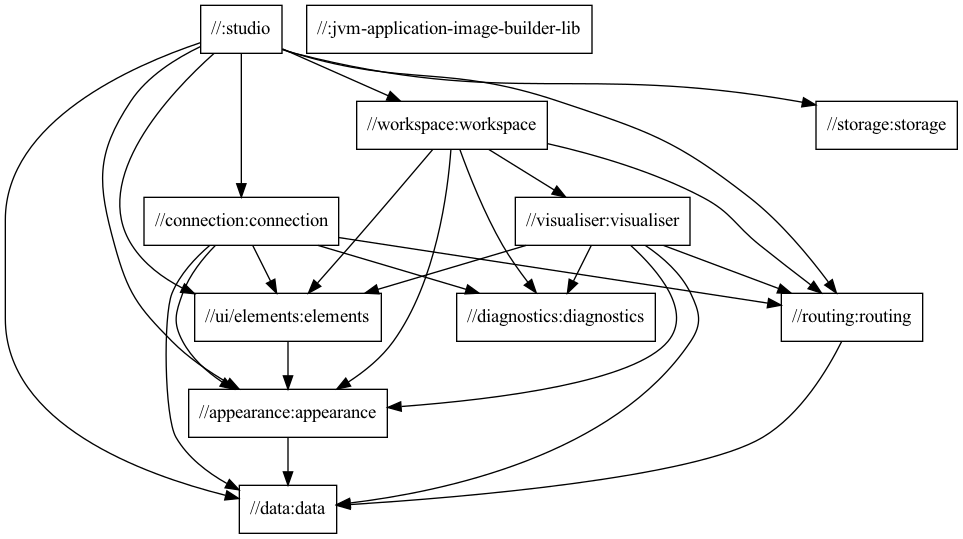
typedb/typedb-studio keeps this Graphviz diagram as docs/package-structure.png. Above is the earlier version. Its source is kept beside it as docs/package-structure.dot.
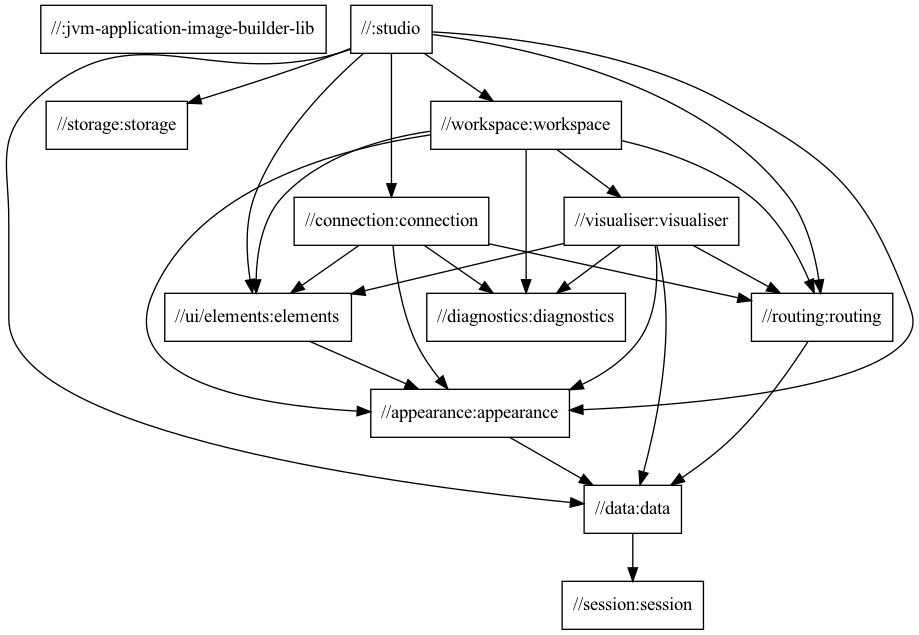
The same file after the commit.

Commit message:
Split out //session out of //data

The edit, as a diff of the source:
```diff
@@ -1,16 +1,16 @@
 digraph mygraph {
   node [shape=box];
+  "//:jvm-application-image-builder-lib"
   "//:studio"
   "//:studio" -> "//appearance:appearance"
-  "//:studio" -> "//workspace:workspace"
+  "//:studio" -> "//storage:storage"
   "//:studio" -> "//connection:connection"
   "//:studio" -> "//data:data"
-  "//:studio" -> "//storage:storage"
+  "//:studio" -> "//ui/elements:elements"
   "//:studio" -> "//routing:routing"
-  "//:studio" -> "//ui/elements:elements"
+  "//:studio" -> "//workspace:workspace"
   "//connection:connection"
   "//connection:connection" -> "//appearance:appearance"
-  "//connection:connection" -> "//data:data"
   "//connection:connection" -> "//diagnostics:diagnostics"
   "//connection:connection" -> "//routing:routing"
   "//connection:connection" -> "//ui/elements:elements"
@@ -32,8 +32,9 @@
   "//routing:routing"
   "//routing:routing" -> "//data:data"
   "//diagnostics:diagnostics"
-  "//:jvm-application-image-builder-lib"
   "//appearance:appearance"
   "//appearance:appearance" -> "//data:data"
   "//data:data"
+  "//data:data" -> "//session:session"
+  "//session:session"
 }
```
